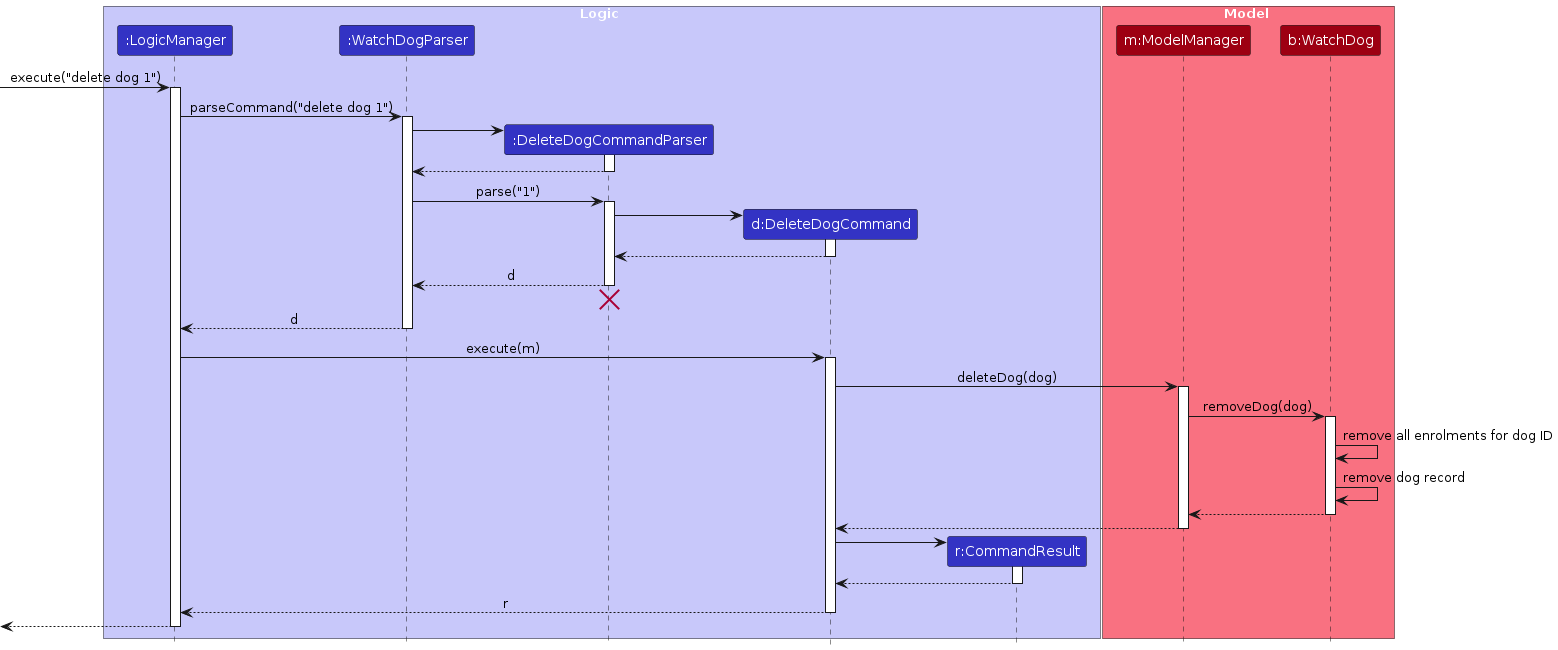
The PlantUML diagram diagrams/DeleteSequenceDiagram.png in AY2627S1-CS2103T-T15-4/tp, before a commit. Its source is kept beside it as diagrams/DeleteSequenceDiagram.puml.
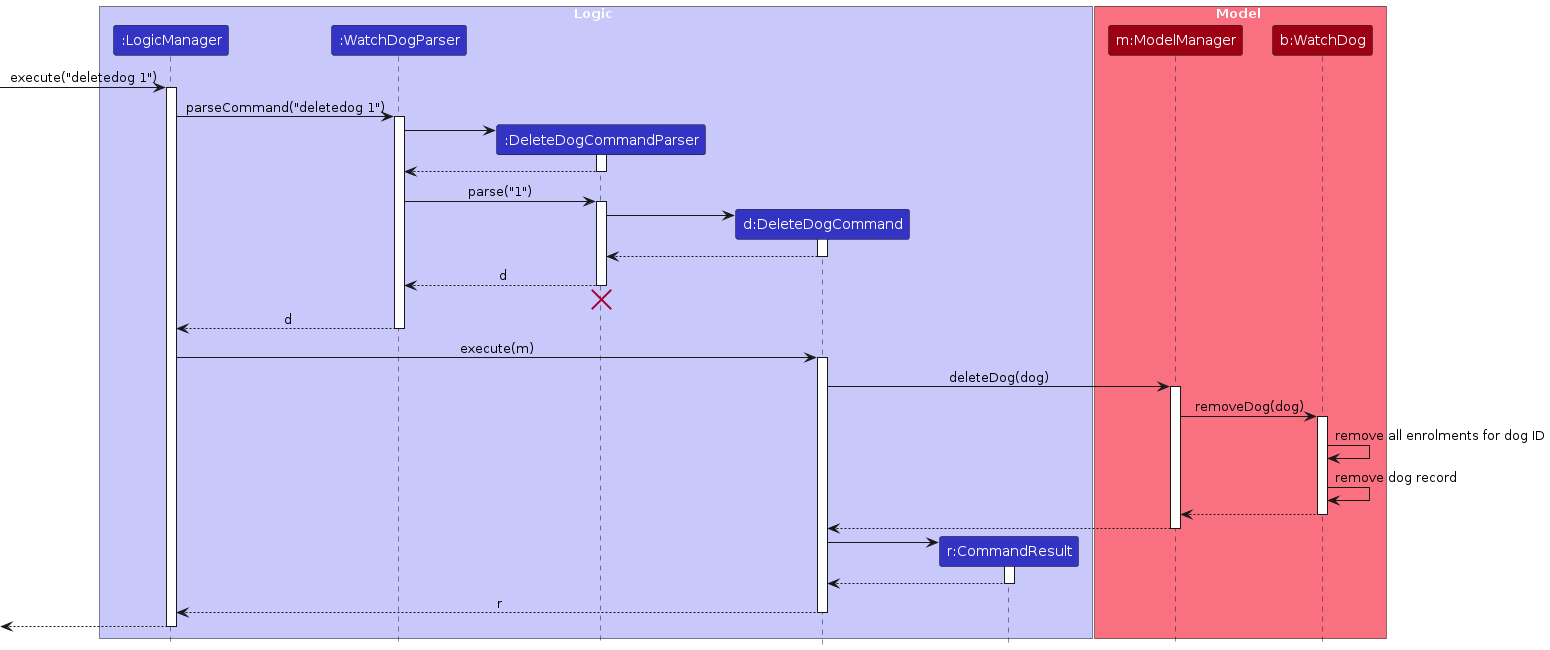
After the change.

The edit, as a diff of the source:
```diff
@@ -15,10 +15,10 @@
 participant "b:WatchDog" as WatchDog MODEL_COLOR
 end box
 
-[-> LogicManager : execute("delete dog 1")
+[-> LogicManager : execute("deletedog 1")
 activate LogicManager
 
-LogicManager -> WatchDogParser : parseCommand("delete dog 1")
+LogicManager -> WatchDogParser : parseCommand("deletedog 1")
 activate WatchDogParser
 
 create DeleteDogCommandParser
```
